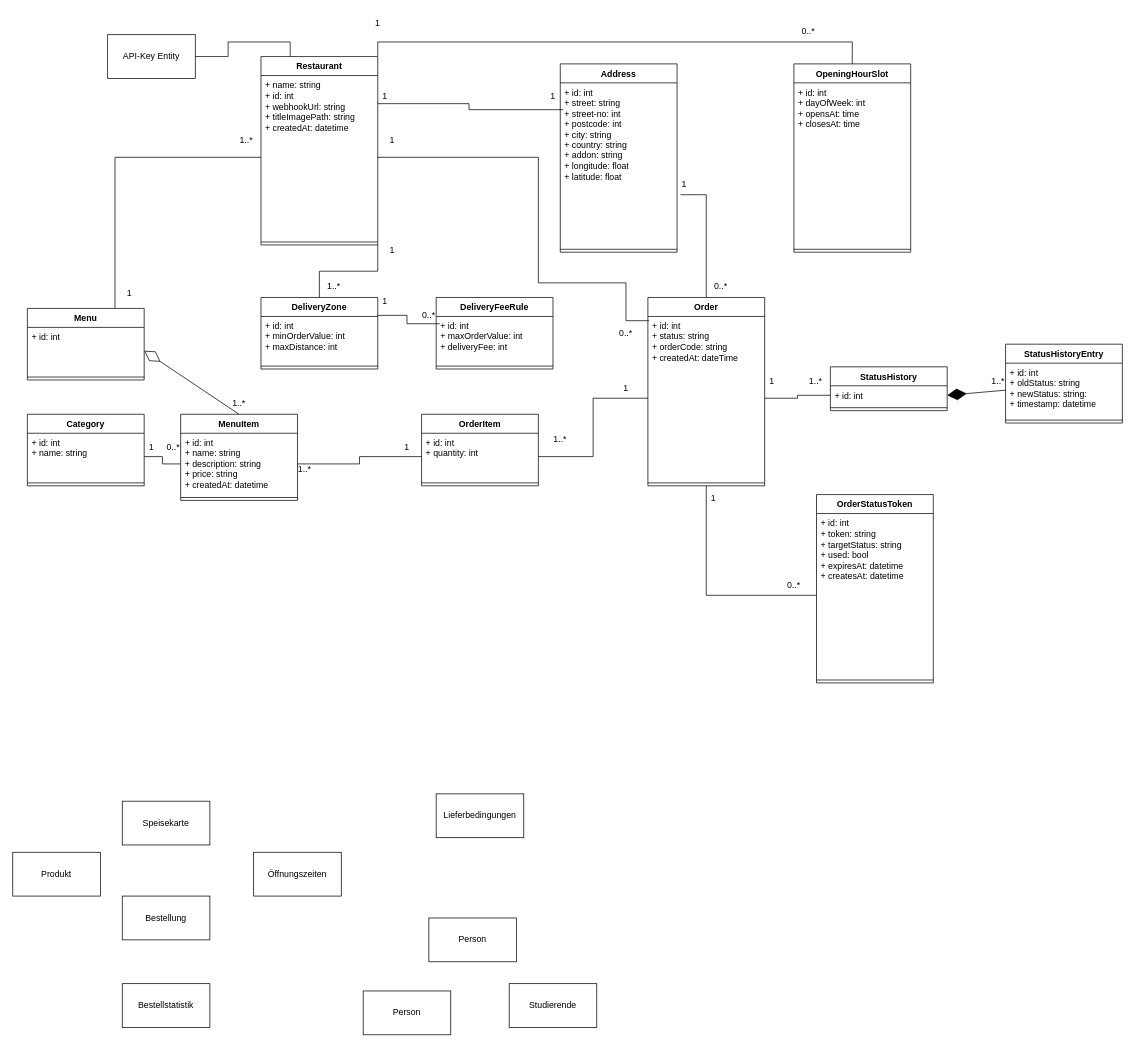
Earlier version of the draw.io diagram docs/UML-Diagramm_db.drawio (merlibird/bite-project). Source tidied: cells renumbered, new cells numbered last; positions are measured from the earlier drawing's top-left corner, leaving out a move shared by most shapes. Both pictures are drawn from the tidied source at 73%, with x=0, y=0 at pixel (12, 12).
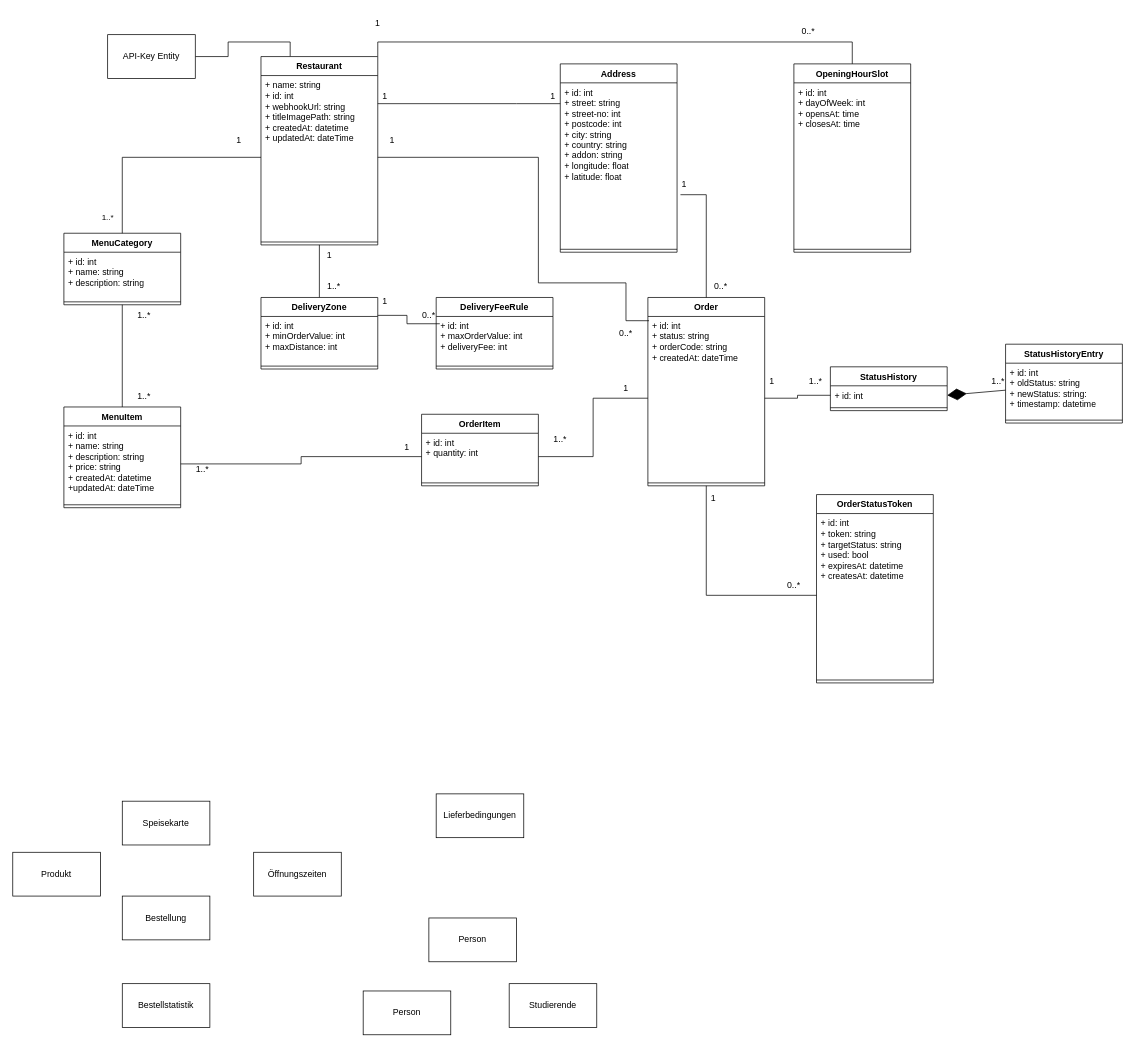
The same diagram, later.

The change refers to these unchanged cells:
```xml
<mxCell id="13" value="Restaurant" style="swimlane;fontStyle=1;align=center;verticalAlign=top;horizontal=1;startSize=26;whiteSpace=wrap;html=1;" parent="1" vertex="1">
  <mxGeometry x="340" y="60" width="160" height="258" as="geometry" />
</mxCell>
<mxCell id="23" value="DeliveryZone" style="swimlane;fontStyle=1;align=center;verticalAlign=top;horizontal=1;startSize=26;whiteSpace=wrap;html=1;" parent="1" vertex="1">
  <mxGeometry x="340" y="390" width="160" height="98" as="geometry" />
</mxCell>
<mxCell id="52" value="&lt;div&gt;+ id: int&lt;br&gt;&lt;div&gt;+ street: string&lt;/div&gt;&lt;div&gt;+ street-no: int&lt;/div&gt;&lt;div&gt;+ postcode: int&lt;/div&gt;&lt;div&gt;+ city: string&lt;/div&gt;&lt;div&gt;+ country: string&lt;/div&gt;&lt;div&gt;+ addon: string&lt;/div&gt;&lt;div&gt;+ longitude: float&lt;/div&gt;&lt;div&gt;+ latitude: float&amp;nbsp;&lt;/div&gt;&lt;/div&gt;" style="text;strokeColor=none;fillColor=none;align=left;verticalAlign=top;spacingLeft=4;spacingRight=4;overflow=hidden;points=[[0,0.5],[1,0.5]];portConstraint=eastwest;whiteSpace=wrap;html=1;" parent="51" vertex="1">
  <mxGeometry y="26" width="160" height="224" as="geometry" />
</mxCell>
```

Diff of the diagram source:
```diff
@@
-    <mxCell id="14" value="+ name: string&lt;div&gt;+ id: int&lt;div&gt;&lt;span style=&quot;background-color: transparent; color: light-dark(rgb(0, 0, 0), rgb(255, 255, 255));&quot;&gt;+ webhookUrl: string&lt;/span&gt;&lt;/div&gt;&lt;/div&gt;&lt;div&gt;+ titleImagePath: string&lt;/div&gt;&lt;div&gt;+ createdAt: datetime&lt;/div&gt;" style="text;strokeColor=none;fillColor=none;align=left;verticalAlign=top;spacingLeft=4;spacingRight=4;overflow=hidden;points=[[0,0.5],[1,0.5]];portConstraint=eastwest;whiteSpace=wrap;html=1;" parent="13" vertex="1">
+    <mxCell id="14" value="+ name: string&lt;div&gt;+ id: int&lt;div&gt;&lt;span style=&quot;background-color: transparent; color: light-dark(rgb(0, 0, 0), rgb(255, 255, 255));&quot;&gt;+ webhookUrl: string&lt;/span&gt;&lt;/div&gt;&lt;/div&gt;&lt;div&gt;+ titleImagePath: string&lt;/div&gt;&lt;div&gt;+ createdAt: datetime&lt;/div&gt;&lt;div&gt;+ updatedAt: dateTime&lt;/div&gt;" style="text;strokeColor=none;fillColor=none;align=left;verticalAlign=top;spacingLeft=4;spacingRight=4;overflow=hidden;points=[[0,0.5],[1,0.5]];portConstraint=eastwest;whiteSpace=wrap;html=1;" parent="13" vertex="1">
       <mxGeometry y="26" width="160" height="224" as="geometry" />
     </mxCell>
@@
-    <mxCell id="22" style="edgeStyle=orthogonalEdgeStyle;rounded=0;jettySize=auto;html=1;exitX=0.5;exitY=0;exitDx=0;exitDy=0;entryX=1;entryY=1;entryDx=0;entryDy=0;endArrow=none;endFill=0;" parent="1" edge="1" source="23" target="13">
+    <mxCell id="22" style="edgeStyle=orthogonalEdgeStyle;rounded=0;jettySize=auto;html=1;exitX=0.5;exitY=0;exitDx=0;exitDy=0;entryX=0.5;entryY=1;entryDx=0;entryDy=0;endArrow=none;endFill=0;" parent="1" edge="1" source="23" target="13">
       <mxGeometry relative="1" as="geometry" />
     </mxCell>
@@
     <mxCell id="33" value="1" style="text;html=1;whiteSpace=wrap;strokeColor=none;fillColor=none;align=center;verticalAlign=middle;rounded=0;" parent="1" vertex="1">
-      <mxGeometry x="490" y="310" width="60" height="30" as="geometry" />
+      <mxGeometry x="404" y="318" width="60" height="30" as="geometry" />
     </mxCell>
-    <mxCell id="34" style="edgeStyle=orthogonalEdgeStyle;rounded=0;jettySize=auto;html=1;exitX=0.75;exitY=0;exitDx=0;exitDy=0;endArrow=none;endFill=0;" parent="1" edge="1" source="35" target="14">
-      <mxGeometry relative="1" as="geometry" />
-    </mxCell>
-    <mxCell id="35" value="Menu" style="swimlane;fontStyle=1;align=center;verticalAlign=top;horizontal=1;startSize=26;whiteSpace=wrap;html=1;" parent="1" vertex="1">
-      <mxGeometry x="20" y="405" width="160" height="98" as="geometry" />
-    </mxCell>
-    <mxCell id="36" value="+ id: int" style="text;strokeColor=none;fillColor=none;align=left;verticalAlign=top;spacingLeft=4;spacingRight=4;overflow=hidden;points=[[0,0.5],[1,0.5]];portConstraint=eastwest;whiteSpace=wrap;html=1;" parent="35" vertex="1">
-      <mxGeometry y="26" width="160" height="64" as="geometry" />
-    </mxCell>
-    <mxCell id="37" style="line;strokeWidth=1;fillColor=none;align=left;verticalAlign=middle;spacingTop=-1;spacingLeft=3;spacingRight=3;labelPosition=right;strokeColor=inherit;" parent="35" vertex="1">
-      <mxGeometry y="90" width="160" height="8" as="geometry" />
-    </mxCell>
-    <mxCell id="38" value="Category" style="swimlane;fontStyle=1;align=center;verticalAlign=top;horizontal=1;startSize=26;whiteSpace=wrap;html=1;" parent="1" vertex="1">
-      <mxGeometry x="20" y="550" width="160" height="98" as="geometry" />
+    <mxCell id="38" value="MenuCategory" style="swimlane;fontStyle=1;align=center;verticalAlign=top;horizontal=1;startSize=26;whiteSpace=wrap;html=1;" parent="1" vertex="1">
+      <mxGeometry x="70" y="302" width="160" height="98" as="geometry" />
     </mxCell>
-    <mxCell id="39" value="+ id: int&lt;div&gt;+ name: string&lt;/div&gt;" style="text;strokeColor=none;fillColor=none;align=left;verticalAlign=top;spacingLeft=4;spacingRight=4;overflow=hidden;points=[[0,0.5],[1,0.5]];portConstraint=eastwest;whiteSpace=wrap;html=1;" parent="38" vertex="1">
+    <mxCell id="39" value="+ id: int&lt;div&gt;+ name: string&lt;/div&gt;&lt;div&gt;+ description: string&lt;/div&gt;" style="text;strokeColor=none;fillColor=none;align=left;verticalAlign=top;spacingLeft=4;spacingRight=4;overflow=hidden;points=[[0,0.5],[1,0.5]];portConstraint=eastwest;whiteSpace=wrap;html=1;" parent="38" vertex="1">
       <mxGeometry y="26" width="160" height="64" as="geometry" />
     </mxCell>
@@
+    <mxCell id="92" value="1..*" style="edgeStyle=orthogonalEdgeStyle;rounded=0;jettySize=auto;html=1;exitX=0.5;exitY=0;exitDx=0;exitDy=0;endArrow=none;endFill=0;" parent="1" edge="1" source="38" target="14">
+      <mxGeometry x="-0.85" y="20" relative="1" as="geometry">
+        <Array as="points">
+          <mxPoint x="150" y="198" />
+        </Array>
+      </mxGeometry>
+    </mxCell>
     <mxCell id="41" value="MenuItem" style="swimlane;fontStyle=1;align=center;verticalAlign=top;horizontal=1;startSize=26;whiteSpace=wrap;html=1;" parent="1" vertex="1">
-      <mxGeometry x="230" y="550" width="160" height="118" as="geometry" />
+      <mxGeometry x="70" y="540" width="160" height="138" as="geometry" />
     </mxCell>
-    <mxCell id="42" value="+ id: int&lt;div&gt;+ name: string&lt;/div&gt;&lt;div&gt;+ description: string&lt;/div&gt;&lt;div&gt;+ price: string&lt;/div&gt;&lt;div&gt;+ createdAt: datetime&lt;/div&gt;" style="text;strokeColor=none;fillColor=none;align=left;verticalAlign=top;spacingLeft=4;spacingRight=4;overflow=hidden;points=[[0,0.5],[1,0.5]];portConstraint=eastwest;whiteSpace=wrap;html=1;" parent="41" vertex="1">
-      <mxGeometry y="26" width="160" height="84" as="geometry" />
+    <mxCell id="42" value="+ id: int&lt;div&gt;+ name: string&lt;/div&gt;&lt;div&gt;+ description: string&lt;/div&gt;&lt;div&gt;+ price: string&lt;/div&gt;&lt;div&gt;+ createdAt: datetime&lt;/div&gt;&lt;div&gt;+updatedAt: dateTime&lt;/div&gt;" style="text;strokeColor=none;fillColor=none;align=left;verticalAlign=top;spacingLeft=4;spacingRight=4;overflow=hidden;points=[[0,0.5],[1,0.5]];portConstraint=eastwest;whiteSpace=wrap;html=1;" parent="41" vertex="1">
+      <mxGeometry y="26" width="160" height="104" as="geometry" />
     </mxCell>
     <mxCell id="43" style="line;strokeWidth=1;fillColor=none;align=left;verticalAlign=middle;spacingTop=-1;spacingLeft=3;spacingRight=3;labelPosition=right;strokeColor=inherit;" parent="41" vertex="1">
-      <mxGeometry y="110" width="160" height="8" as="geometry" />
+      <mxGeometry y="130" width="160" height="8" as="geometry" />
     </mxCell>
-    <mxCell id="44" style="edgeStyle=orthogonalEdgeStyle;rounded=0;jettySize=auto;html=1;exitX=1;exitY=0.5;exitDx=0;exitDy=0;entryX=0;entryY=0.5;entryDx=0;entryDy=0;endArrow=none;endFill=0;" parent="1" edge="1" source="39" target="42">
+    <mxCell id="44" style="edgeStyle=orthogonalEdgeStyle;rounded=0;jettySize=auto;html=1;exitX=0.5;exitY=1;exitDx=0;exitDy=0;entryX=0.5;entryY=0;entryDx=0;entryDy=0;endArrow=none;endFill=0;" parent="1" edge="1" source="38" target="41">
       <mxGeometry relative="1" as="geometry" />
     </mxCell>
-    <mxCell id="45" style="endArrow=diamondThin;endFill=0;endSize=24;html=1;rounded=0;entryX=1;entryY=0.5;entryDx=0;entryDy=0;exitX=0.5;exitY=0;exitDx=0;exitDy=0;" parent="1" edge="1" source="41" target="36">
-      <mxGeometry relative="1" as="geometry" />
-    </mxCell>
-    <mxCell id="46" value="1..*" style="text;html=1;whiteSpace=wrap;strokeColor=none;fillColor=none;align=center;verticalAlign=middle;rounded=0;" parent="1" vertex="1">
-      <mxGeometry x="290" y="160" width="60" height="30" as="geometry" />
-    </mxCell>
-    <mxCell id="47" value="1" style="text;html=1;whiteSpace=wrap;strokeColor=none;fillColor=none;align=center;verticalAlign=middle;rounded=0;" parent="1" vertex="1">
-      <mxGeometry x="130" y="370" width="60" height="30" as="geometry" />
-    </mxCell>
-    <mxCell id="48" value="0..*" style="text;html=1;whiteSpace=wrap;strokeColor=none;fillColor=none;align=center;verticalAlign=middle;rounded=0;" parent="1" vertex="1">
-      <mxGeometry x="190" y="580" width="60" height="30" as="geometry" />
+    <mxCell id="48" value="1..*" style="text;html=1;whiteSpace=wrap;strokeColor=none;fillColor=none;align=center;verticalAlign=middle;rounded=0;" parent="1" vertex="1">
+      <mxGeometry x="150" y="510" width="60" height="30" as="geometry" />
     </mxCell>
-    <mxCell id="49" value="1" style="text;html=1;whiteSpace=wrap;strokeColor=none;fillColor=none;align=center;verticalAlign=middle;rounded=0;" parent="1" vertex="1">
-      <mxGeometry x="160" y="580" width="60" height="30" as="geometry" />
+    <mxCell id="49" value="1..*" style="text;html=1;whiteSpace=wrap;strokeColor=none;fillColor=none;align=center;verticalAlign=middle;rounded=0;" parent="1" vertex="1">
+      <mxGeometry x="150" y="400" width="60" height="30" as="geometry" />
     </mxCell>
-    <mxCell id="50" value="1..*" style="text;html=1;whiteSpace=wrap;strokeColor=none;fillColor=none;align=center;verticalAlign=middle;rounded=0;" parent="1" vertex="1">
-      <mxGeometry x="280" y="520" width="60" height="30" as="geometry" />
-    </mxCell>
@@
-    <mxCell id="54" style="edgeStyle=orthogonalEdgeStyle;rounded=0;jettySize=auto;html=1;exitX=1;exitY=0.25;exitDx=0;exitDy=0;entryX=0.024;entryY=0.164;entryDx=0;entryDy=0;entryPerimeter=0;endArrow=none;endFill=0;" parent="1" edge="1" source="13" target="52">
-      <mxGeometry relative="1" as="geometry" />
+    <mxCell id="54" style="edgeStyle=orthogonalEdgeStyle;rounded=0;jettySize=auto;html=1;exitX=1;exitY=0.25;exitDx=0;exitDy=0;endArrow=none;endFill=0;" parent="1" edge="1" source="13" target="52">
+      <mxGeometry relative="1" as="geometry">
+        <Array as="points">
+          <mxPoint x="690" y="124" />
+          <mxPoint x="690" y="124" />
+        </Array>
+      </mxGeometry>
     </mxCell>
@@
     <mxCell id="64" value="1..*" style="text;html=1;whiteSpace=wrap;strokeColor=none;fillColor=none;align=center;verticalAlign=middle;rounded=0;" parent="1" vertex="1">
-      <mxGeometry x="370" y="610" width="60" height="30" as="geometry" />
+      <mxGeometry x="230" y="610" width="60" height="30" as="geometry" />
     </mxCell>
@@
+    <mxCell id="47" value="1" style="text;html=1;whiteSpace=wrap;strokeColor=none;fillColor=none;align=center;verticalAlign=middle;rounded=0;" parent="1" vertex="1">
+      <mxGeometry x="280" y="160" width="60" height="30" as="geometry" />
+    </mxCell>
```
